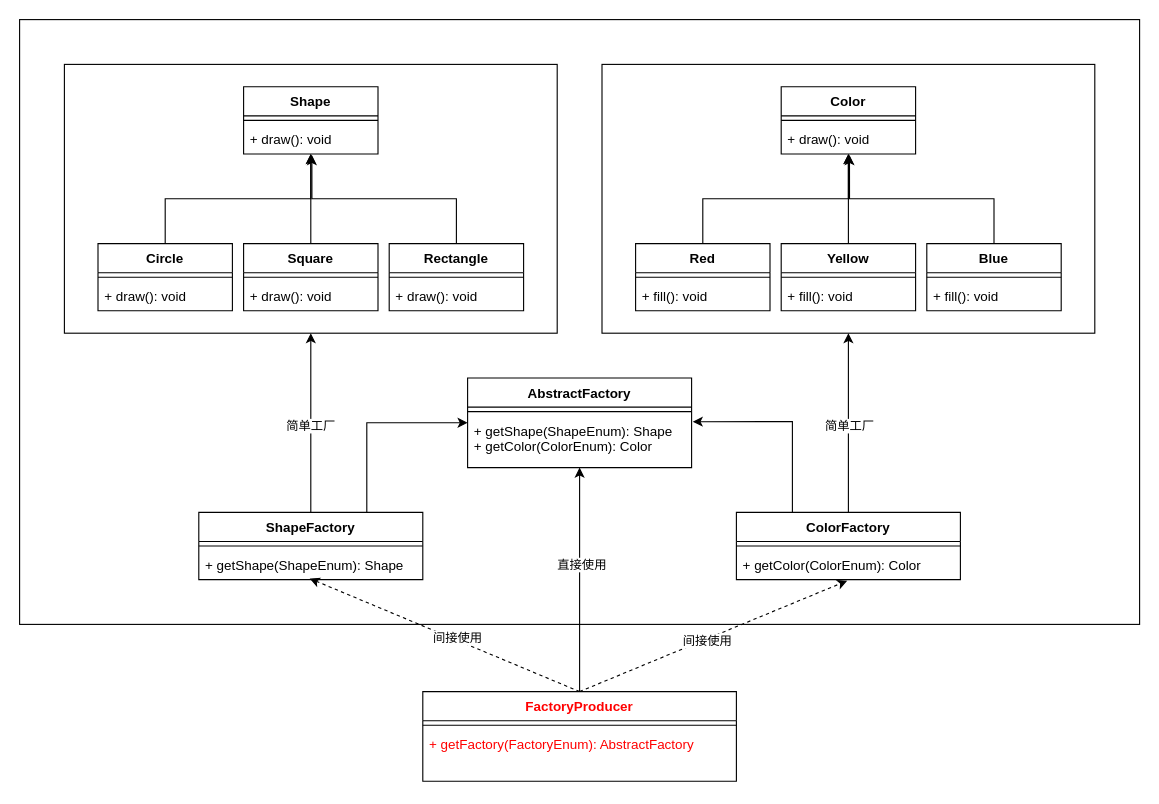
Above: page "抽象工厂模式" (2 of 5) of 设计模式.drawio in wubinglong9716/NoteBook (draw.io), before the change. Source tidied: cells renumbered, new cells numbered last; positions are measured from the earlier drawing's top-left corner, leaving out a move shared by most shapes. Both pictures are drawn from the tidied source at 112%, with x=0, y=0 at pixel (19, 19).
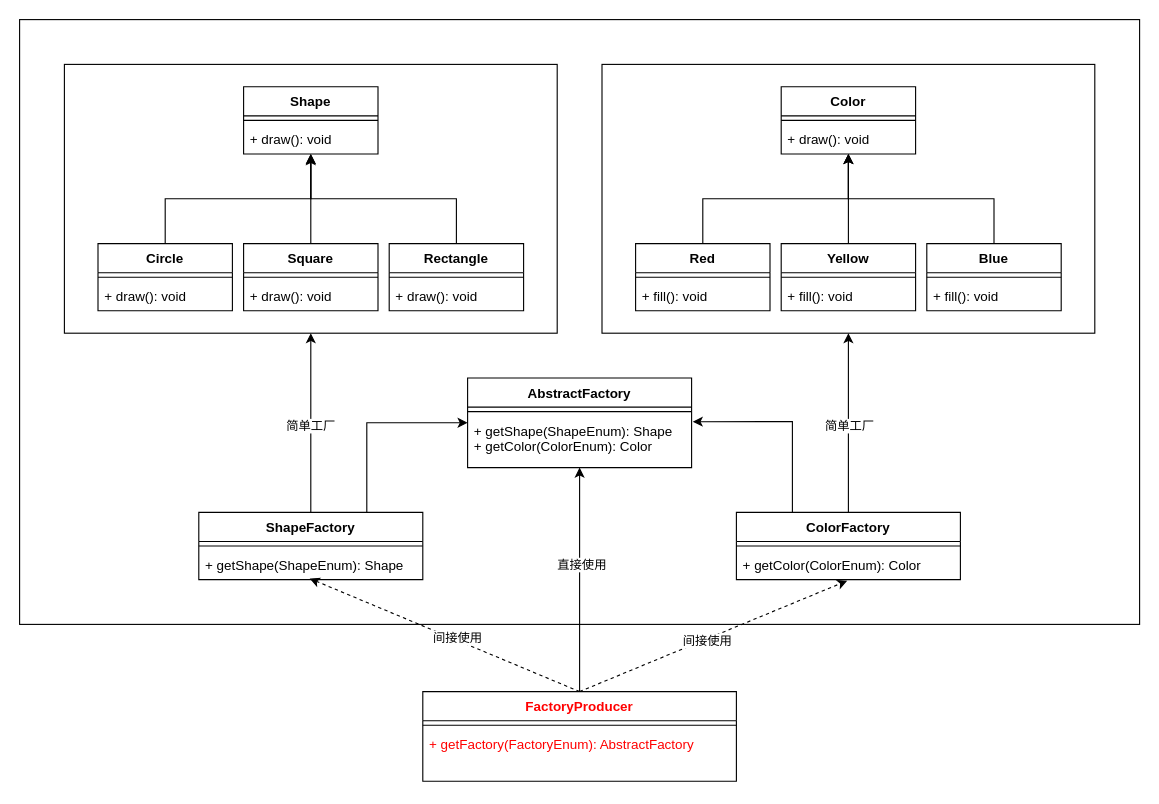
After the change.

Unchanged cells that the change refers to:
```xml
<mxCell id="6" value="+ draw(): void" style="text;strokeColor=none;fillColor=none;align=left;verticalAlign=top;spacingLeft=4;spacingRight=4;overflow=hidden;points=[[0,0.5],[1,0.5]];portConstraint=eastwest;" parent="4" vertex="1">
  <mxGeometry y="34" width="120" height="26" as="geometry" />
</mxCell>
<mxCell id="16" value="Rectangle" style="swimlane;fontStyle=1;align=center;verticalAlign=top;horizontal=1;startSize=26;" parent="1" vertex="1">
  <mxGeometry x="330" y="200" width="120" height="60" as="geometry" />
</mxCell>
<mxCell id="22" value="+ draw(): void" style="text;strokeColor=none;fillColor=none;align=left;verticalAlign=top;spacingLeft=4;spacingRight=4;overflow=hidden;points=[[0,0.5],[1,0.5]];portConstraint=eastwest;" parent="20" vertex="1">
  <mxGeometry y="34" width="120" height="26" as="geometry" />
</mxCell>
<mxCell id="32" value="Blue" style="swimlane;fontStyle=1;align=center;verticalAlign=top;horizontal=1;startSize=26;" parent="1" vertex="1">
  <mxGeometry x="810" y="200" width="120" height="60" as="geometry" />
</mxCell>
```

What changed in the source:
```diff
@@
-    <mxCell id="15" style="edgeStyle=orthogonalEdgeStyle;rounded=0;jettySize=auto;html=1;exitX=0.5;exitY=0;exitDx=0;exitDy=0;entryX=0.508;entryY=1.038;entryDx=0;entryDy=0;entryPerimeter=0;startArrow=none;startFill=0;" parent="1" edge="1" source="16" target="6">
+    <mxCell id="15" style="edgeStyle=orthogonalEdgeStyle;rounded=0;jettySize=auto;html=1;exitX=0.5;exitY=0;exitDx=0;exitDy=0;entryX=0.5;entryY=1.038;entryDx=0;entryDy=0;entryPerimeter=0;fontColor=#000000;startArrow=none;startFill=0;" parent="1" edge="1" source="16" target="6">
       <mxGeometry relative="1" as="geometry" />
     </mxCell>
@@
-    <mxCell id="31" style="edgeStyle=orthogonalEdgeStyle;rounded=0;jettySize=auto;html=1;exitX=0.5;exitY=0;exitDx=0;exitDy=0;entryX=0.508;entryY=1.038;entryDx=0;entryDy=0;entryPerimeter=0;startArrow=none;startFill=0;" parent="1" edge="1" source="32" target="22">
+    <mxCell id="31" style="edgeStyle=orthogonalEdgeStyle;rounded=0;jettySize=auto;html=1;exitX=0.5;exitY=0;exitDx=0;exitDy=0;entryX=0.5;entryY=1;entryDx=0;entryDy=0;entryPerimeter=0;fontColor=#000000;startArrow=none;startFill=0;" parent="1" edge="1" source="32" target="22">
       <mxGeometry relative="1" as="geometry" />
     </mxCell>
```
